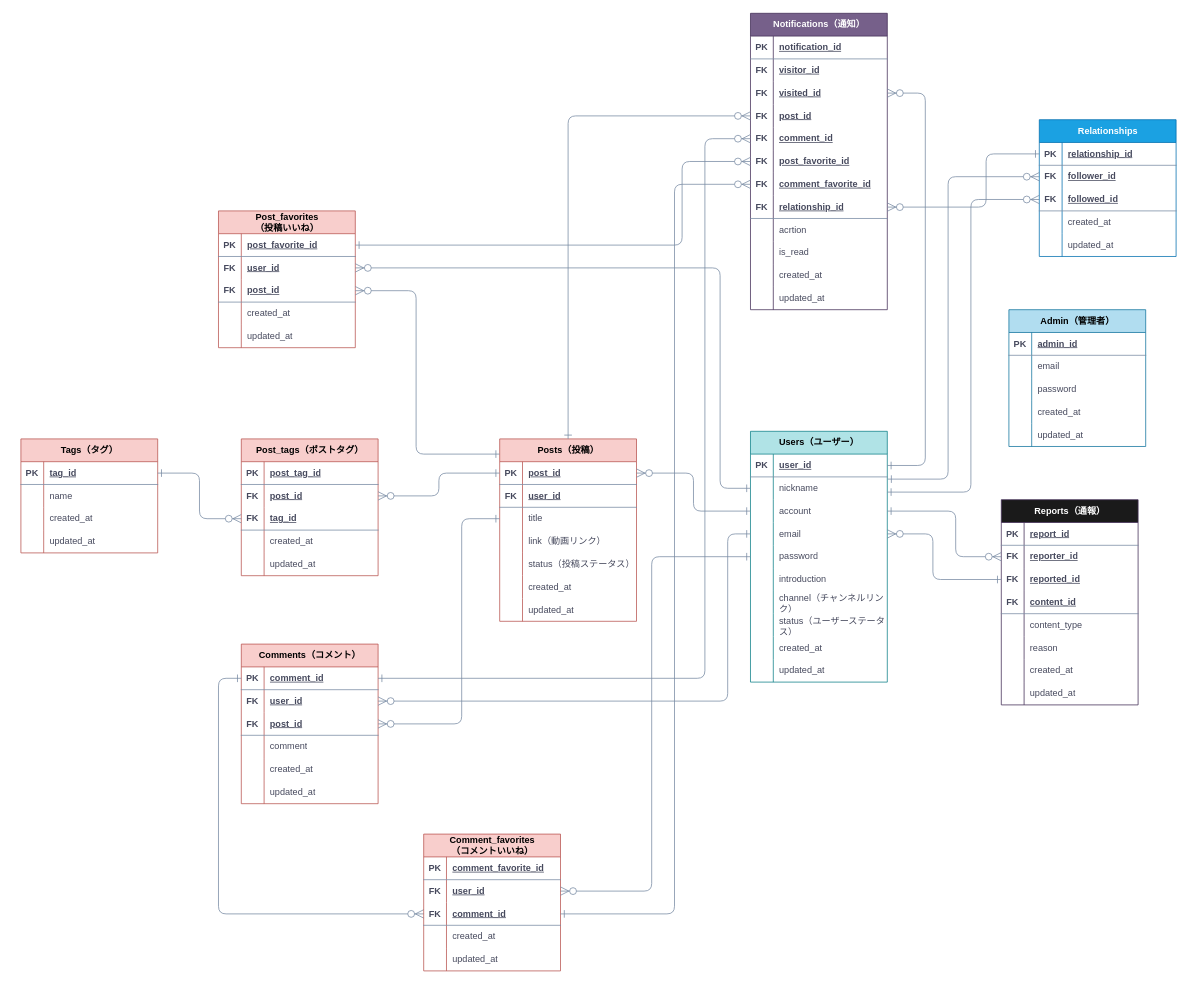
Earlier version of the draw.io diagram 2seeds.drawio (Ganmo3/drawio). Source tidied: cells renumbered, new cells numbered last; positions are measured from the earlier drawing's top-left corner, leaving out a move shared by most shapes. Both pictures are drawn from the tidied source at 76%, with x=0, y=0 at pixel (13, 13).
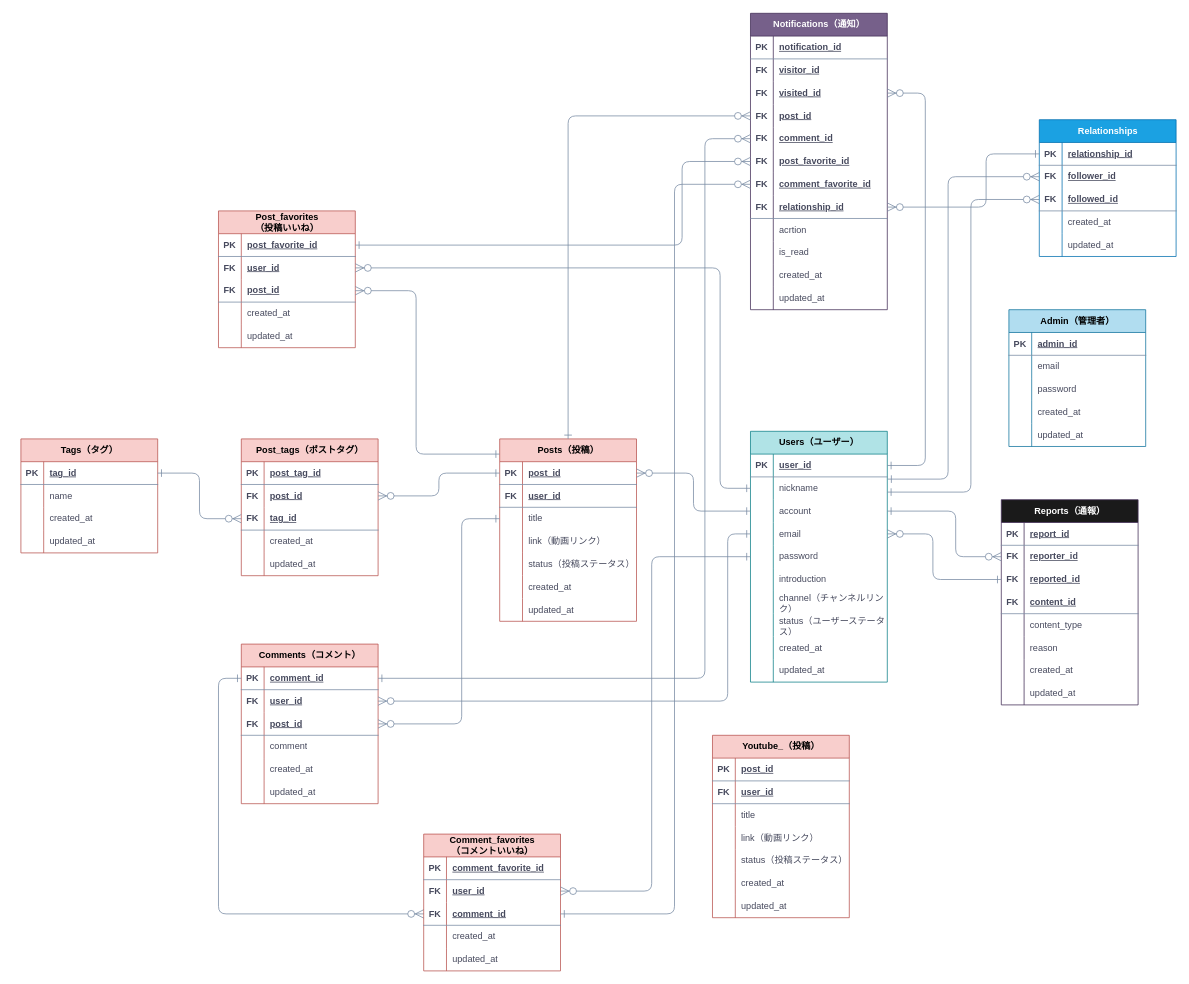
The same diagram, later.

Commit message:
2seeds.drawio を更新します

The edit, as a diff of the source:
```diff
@@
+    <mxCell id="254" value="&lt;font color=&quot;#000000&quot;&gt;Youtube_（投稿）&lt;/font&gt;" style="shape=table;startSize=30;childLayout=tableLayout;rowLines=0;fontStyle=1;align=center;html=1;strokeColor=#b85450;fontFamily=Helvetica;fontSize=12;fillColor=#f8cecc;labelBackgroundColor=none;" parent="1" vertex="1">
+      <mxGeometry x="920" y="950" width="180" height="240" as="geometry" />
+    </mxCell>
+    <mxCell id="255" style="shape=tableRow;horizontal=0;startSize=0;swimlaneHead=0;swimlaneBody=0;fillColor=none;top=0;left=0;right=0;bottom=1;strokeColor=#788AA3;fontFamily=Helvetica;fontSize=12;fontColor=#46495D;html=1;labelBackgroundColor=none;" parent="254" vertex="1">
+      <mxGeometry y="30" width="180" height="30" as="geometry" />
+    </mxCell>
+    <mxCell id="256" value="PK" style="shape=partialRectangle;fillColor=none;top=0;left=0;bottom=0;right=0;fontStyle=1;overflow=hidden;whiteSpace=wrap;html=1;strokeColor=#788AA3;fontFamily=Helvetica;fontSize=12;fontColor=#46495D;startSize=23;labelBackgroundColor=none;" parent="255" vertex="1">
+      <mxGeometry width="30" height="30" as="geometry" />
+    </mxCell>
+    <mxCell id="257" value="post_id" style="shape=partialRectangle;fillColor=none;top=0;left=0;bottom=0;right=0;align=left;spacingLeft=6;fontStyle=5;overflow=hidden;whiteSpace=wrap;html=1;strokeColor=#788AA3;fontFamily=Helvetica;fontSize=12;fontColor=#46495D;startSize=23;labelBackgroundColor=none;" parent="255" vertex="1">
+      <mxGeometry x="30" width="150" height="30" as="geometry" />
+    </mxCell>
+    <mxCell id="258" style="shape=tableRow;horizontal=0;startSize=0;swimlaneHead=0;swimlaneBody=0;fillColor=none;top=0;left=0;right=0;bottom=1;strokeColor=#788AA3;fontFamily=Helvetica;fontSize=12;fontColor=#46495D;html=1;labelBackgroundColor=none;" parent="254" vertex="1">
+      <mxGeometry y="60" width="180" height="30" as="geometry" />
+    </mxCell>
+    <mxCell id="259" value="FK" style="shape=partialRectangle;fillColor=none;top=0;left=0;bottom=0;right=0;fontStyle=1;overflow=hidden;whiteSpace=wrap;html=1;strokeColor=#788AA3;fontFamily=Helvetica;fontSize=12;fontColor=#46495D;startSize=23;labelBackgroundColor=none;" parent="258" vertex="1">
+      <mxGeometry width="30" height="30" as="geometry" />
+    </mxCell>
+    <mxCell id="260" value="user_id" style="shape=partialRectangle;fillColor=none;top=0;left=0;bottom=0;right=0;align=left;spacingLeft=6;fontStyle=5;overflow=hidden;whiteSpace=wrap;html=1;strokeColor=#788AA3;fontFamily=Helvetica;fontSize=12;fontColor=#46495D;startSize=23;labelBackgroundColor=none;" parent="258" vertex="1">
+      <mxGeometry x="30" width="150" height="30" as="geometry" />
+    </mxCell>
+    <mxCell id="261" style="shape=tableRow;horizontal=0;startSize=0;swimlaneHead=0;swimlaneBody=0;fillColor=none;top=0;left=0;right=0;bottom=0;strokeColor=#788AA3;fontFamily=Helvetica;fontSize=12;fontColor=#46495D;html=1;labelBackgroundColor=none;" parent="254" vertex="1">
+      <mxGeometry y="90" width="180" height="30" as="geometry" />
+    </mxCell>
+    <mxCell id="262" style="shape=partialRectangle;fillColor=none;top=0;left=0;bottom=0;right=0;overflow=hidden;whiteSpace=wrap;html=1;strokeColor=#788AA3;fontFamily=Helvetica;fontSize=12;fontColor=#46495D;startSize=23;labelBackgroundColor=none;" parent="261" vertex="1">
+      <mxGeometry width="30" height="30" as="geometry" />
+    </mxCell>
+    <mxCell id="263" value="title" style="shape=partialRectangle;fillColor=none;top=0;left=0;bottom=0;right=0;align=left;spacingLeft=6;overflow=hidden;whiteSpace=wrap;html=1;strokeColor=#788AA3;fontFamily=Helvetica;fontSize=12;fontColor=#46495D;startSize=23;labelBackgroundColor=none;" parent="261" vertex="1">
+      <mxGeometry x="30" width="150" height="30" as="geometry" />
+    </mxCell>
+    <mxCell id="264" style="shape=tableRow;horizontal=0;startSize=0;swimlaneHead=0;swimlaneBody=0;fillColor=none;top=0;left=0;right=0;bottom=0;strokeColor=#788AA3;fontFamily=Helvetica;fontSize=12;fontColor=#46495D;html=1;labelBackgroundColor=none;" parent="254" vertex="1">
+      <mxGeometry y="120" width="180" height="30" as="geometry" />
+    </mxCell>
+    <mxCell id="265" style="shape=partialRectangle;fillColor=none;top=0;left=0;bottom=0;right=0;overflow=hidden;whiteSpace=wrap;html=1;strokeColor=#788AA3;fontFamily=Helvetica;fontSize=12;fontColor=#46495D;startSize=23;labelBackgroundColor=none;" parent="264" vertex="1">
+      <mxGeometry width="30" height="30" as="geometry" />
+    </mxCell>
+    <mxCell id="266" value="link（動画リンク）" style="shape=partialRectangle;fillColor=none;top=0;left=0;bottom=0;right=0;align=left;spacingLeft=6;overflow=hidden;whiteSpace=wrap;html=1;strokeColor=#788AA3;fontFamily=Helvetica;fontSize=12;fontColor=#46495D;startSize=23;labelBackgroundColor=none;" parent="264" vertex="1">
+      <mxGeometry x="30" width="150" height="30" as="geometry" />
+    </mxCell>
+    <mxCell id="267" style="shape=tableRow;horizontal=0;startSize=0;swimlaneHead=0;swimlaneBody=0;fillColor=none;top=0;left=0;right=0;bottom=0;strokeColor=#788AA3;fontFamily=Helvetica;fontSize=12;fontColor=#46495D;html=1;labelBackgroundColor=none;" parent="254" vertex="1">
+      <mxGeometry y="150" width="180" height="30" as="geometry" />
+    </mxCell>
+    <mxCell id="268" style="shape=partialRectangle;fillColor=none;top=0;left=0;bottom=0;right=0;overflow=hidden;whiteSpace=wrap;html=1;strokeColor=#788AA3;fontFamily=Helvetica;fontSize=12;fontColor=#46495D;startSize=23;labelBackgroundColor=none;" parent="267" vertex="1">
+      <mxGeometry width="30" height="30" as="geometry" />
+    </mxCell>
+    <mxCell id="269" value="status（投稿ステータス）" style="shape=partialRectangle;fillColor=none;top=0;left=0;bottom=0;right=0;align=left;spacingLeft=6;overflow=hidden;whiteSpace=wrap;html=1;strokeColor=#788AA3;fontFamily=Helvetica;fontSize=12;fontColor=#46495D;startSize=23;labelBackgroundColor=none;" parent="267" vertex="1">
+      <mxGeometry x="30" width="150" height="30" as="geometry" />
+    </mxCell>
+    <mxCell id="270" style="shape=tableRow;horizontal=0;startSize=0;swimlaneHead=0;swimlaneBody=0;fillColor=none;top=0;left=0;right=0;bottom=0;strokeColor=#788AA3;fontFamily=Helvetica;fontSize=12;fontColor=#46495D;html=1;labelBackgroundColor=none;" parent="254" vertex="1">
+      <mxGeometry y="180" width="180" height="30" as="geometry" />
+    </mxCell>
+    <mxCell id="271" style="shape=partialRectangle;fillColor=none;top=0;left=0;bottom=0;right=0;overflow=hidden;whiteSpace=wrap;html=1;strokeColor=#788AA3;fontFamily=Helvetica;fontSize=12;fontColor=#46495D;startSize=23;labelBackgroundColor=none;" parent="270" vertex="1">
+      <mxGeometry width="30" height="30" as="geometry" />
+    </mxCell>
+    <mxCell id="272" value="created_at" style="shape=partialRectangle;fillColor=none;top=0;left=0;bottom=0;right=0;align=left;spacingLeft=6;overflow=hidden;whiteSpace=wrap;html=1;strokeColor=#788AA3;fontFamily=Helvetica;fontSize=12;fontColor=#46495D;startSize=23;labelBackgroundColor=none;" parent="270" vertex="1">
+      <mxGeometry x="30" width="150" height="30" as="geometry" />
+    </mxCell>
+    <mxCell id="273" style="shape=tableRow;horizontal=0;startSize=0;swimlaneHead=0;swimlaneBody=0;fillColor=none;top=0;left=0;right=0;bottom=0;strokeColor=#788AA3;fontFamily=Helvetica;fontSize=12;fontColor=#46495D;html=1;labelBackgroundColor=none;" parent="254" vertex="1">
+      <mxGeometry y="210" width="180" height="30" as="geometry" />
+    </mxCell>
+    <mxCell id="274" style="shape=partialRectangle;fillColor=none;top=0;left=0;bottom=0;right=0;overflow=hidden;whiteSpace=wrap;html=1;strokeColor=#788AA3;fontFamily=Helvetica;fontSize=12;fontColor=#46495D;startSize=23;labelBackgroundColor=none;" parent="273" vertex="1">
+      <mxGeometry width="30" height="30" as="geometry" />
+    </mxCell>
+    <mxCell id="275" value="updated_at" style="shape=partialRectangle;fillColor=none;top=0;left=0;bottom=0;right=0;align=left;spacingLeft=6;overflow=hidden;whiteSpace=wrap;html=1;strokeColor=#788AA3;fontFamily=Helvetica;fontSize=12;fontColor=#46495D;startSize=23;labelBackgroundColor=none;" parent="273" vertex="1">
+      <mxGeometry x="30" width="150" height="30" as="geometry" />
+    </mxCell>
```
